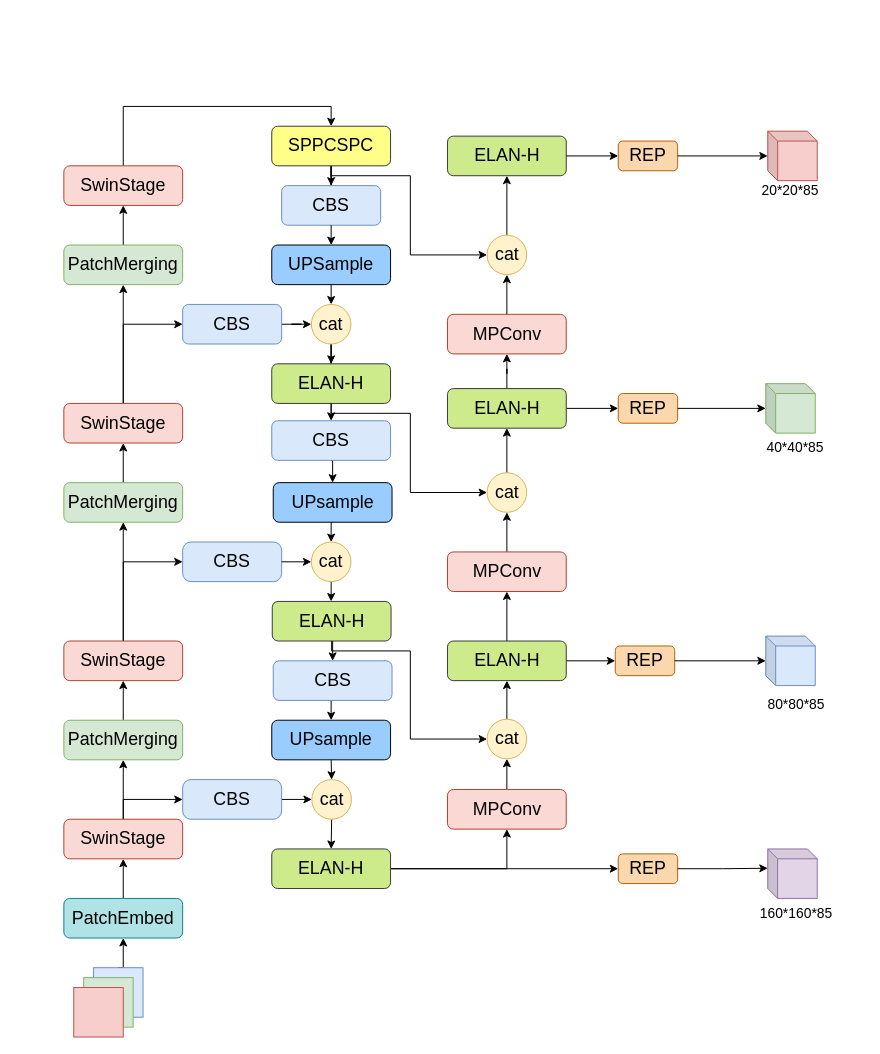
Earlier version of the draw.io diagram yolov7_swin_fourhead.drawio (YANGJUNYAN0715/papers). Source tidied: cells renumbered, new cells numbered last; positions are measured from the earlier drawing's top-left corner, leaving out a move shared by most shapes. Both pictures are drawn from the tidied source at 99%, with x=0, y=0 at pixel (63, 126).
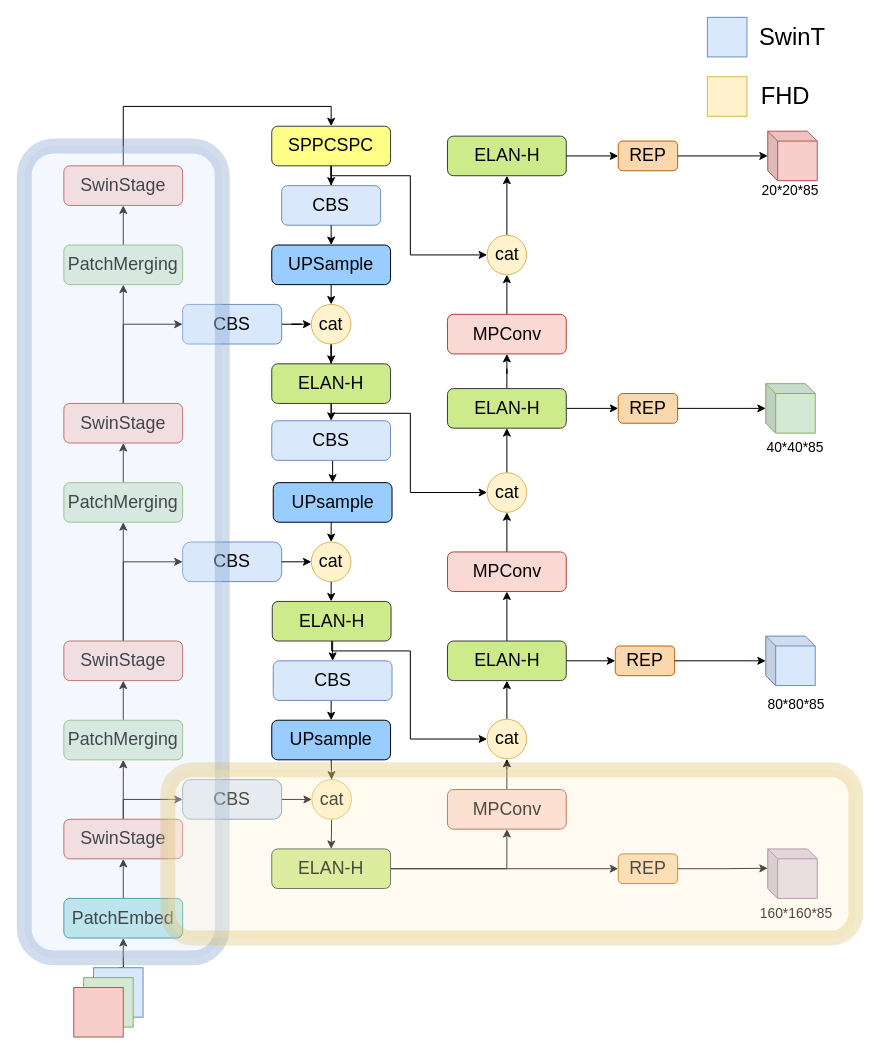
After the change.

Diff of the diagram source:
```diff
@@
+    <mxCell id="98" style="rounded=1;whiteSpace=wrap;html=1;strokeWidth=15;perimeterSpacing=0;strokeColor=#6c8ebf;fillColor=#dae8fc;opacity=30;shadow=0;" parent="1" vertex="1">
+      <mxGeometry x="-40" y="20" width="200" height="820" as="geometry" />
+    </mxCell>
+    <mxCell id="99" style="rounded=1;whiteSpace=wrap;html=1;strokeWidth=15;perimeterSpacing=0;strokeColor=#d6b656;fillColor=#fff2cc;opacity=30;shadow=0;glass=0;" parent="1" vertex="1">
+      <mxGeometry x="105" y="650" width="695" height="170" as="geometry" />
+    </mxCell>
+    <mxCell id="100" style="rounded=0;whiteSpace=wrap;html=1;fillColor=#dae8fc;strokeColor=#6c8ebf;" parent="1" vertex="1">
+      <mxGeometry x="650" y="-110" width="40" height="40" as="geometry" />
+    </mxCell>
+    <mxCell id="101" style="rounded=0;whiteSpace=wrap;html=1;fillColor=#fff2cc;strokeColor=#d6b656;" parent="1" vertex="1">
+      <mxGeometry x="650" y="-50" width="40" height="40" as="geometry" />
+    </mxCell>
+    <mxCell id="102" value="&lt;font style=&quot;font-size: 24px;&quot;&gt;SwinT&lt;/font&gt;" style="text;html=1;align=center;verticalAlign=middle;whiteSpace=wrap;rounded=0;" parent="1" vertex="1">
+      <mxGeometry x="706" y="-105" width="60" height="30" as="geometry" />
+    </mxCell>
+    <mxCell id="103" value="&lt;font style=&quot;font-size: 24px;&quot;&gt;FHD&lt;/font&gt;" style="text;html=1;align=center;verticalAlign=middle;whiteSpace=wrap;rounded=0;" parent="1" vertex="1">
+      <mxGeometry x="699" y="-45" width="60" height="30" as="geometry" />
+    </mxCell>
```
